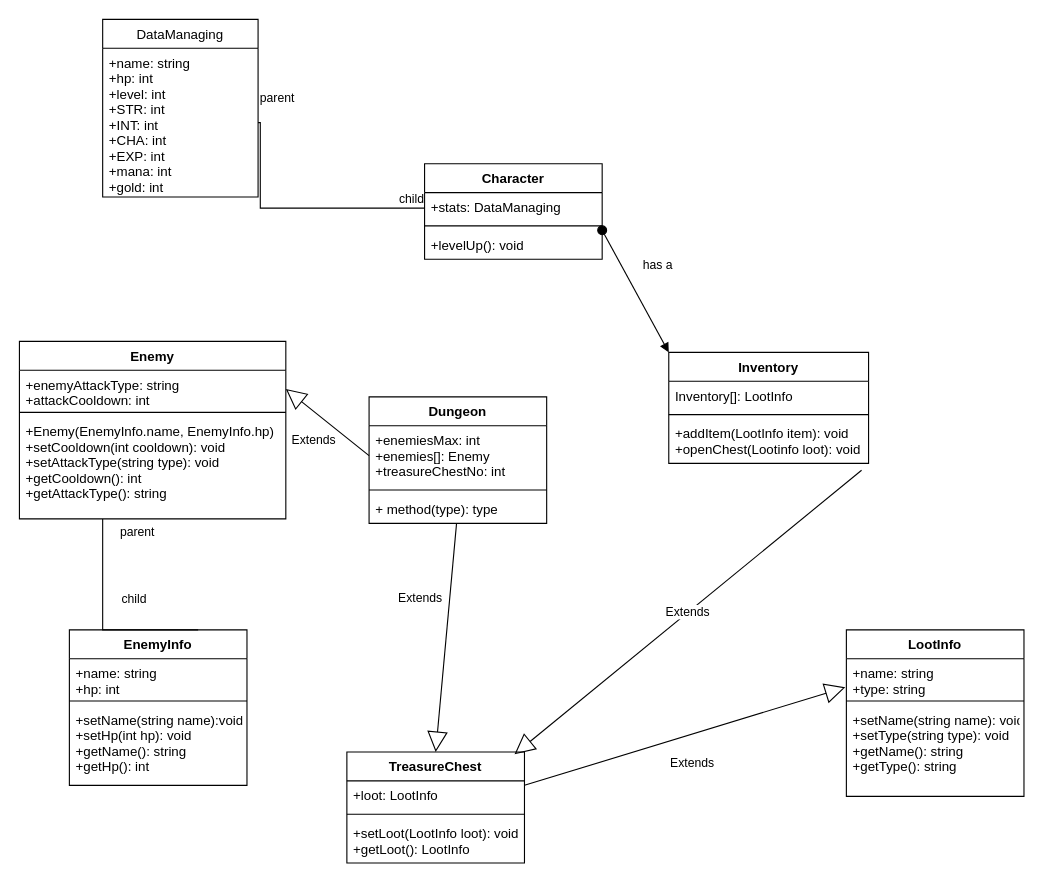
UWStout/Crosshatch-and-Slash-F21 keeps this draw.io diagram as Untitled Diagram.drawio. Above is the earlier version. Source tidied: cells renumbered, new cells numbered last; positions are measured from the earlier drawing's top-left corner, leaving out a move shared by most shapes. Both pictures are drawn from the tidied source at 111%, with x=0, y=0 at pixel (19, 19).
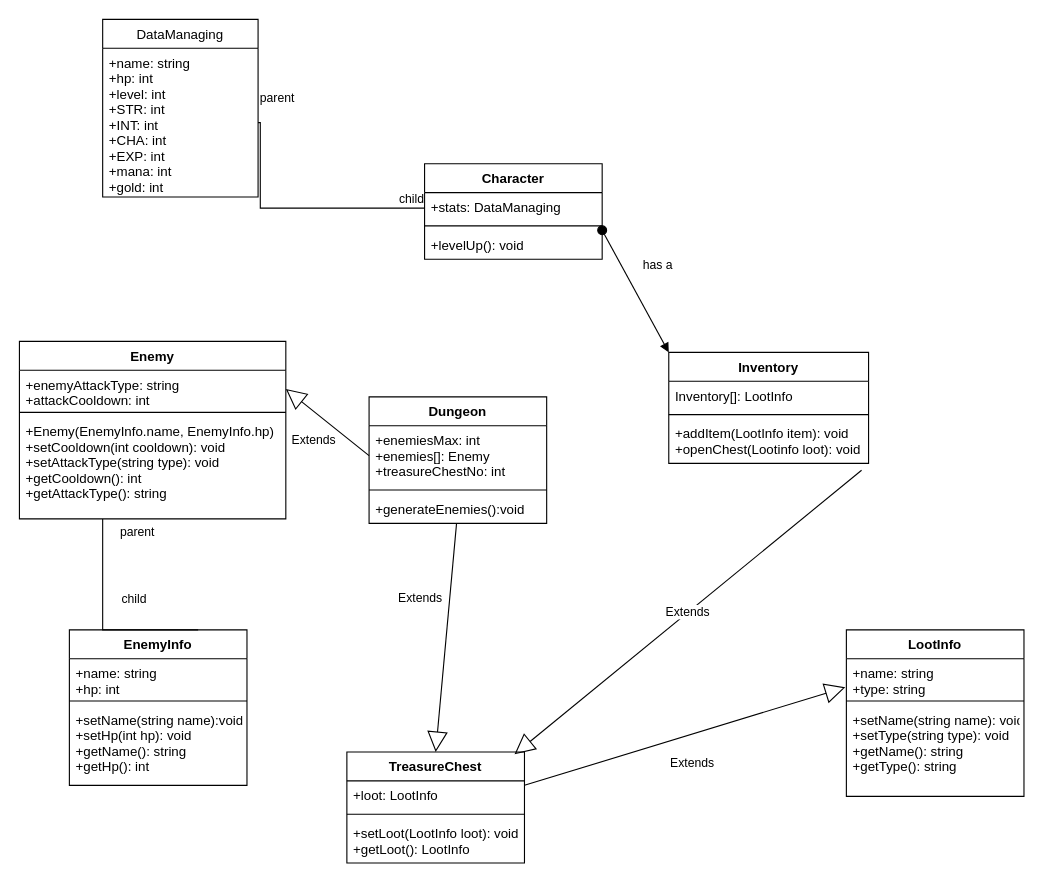
After the change.

Commit message:
Crosshatch and Slash UML Diagram

The change refers to these unchanged cells:
```xml
<mxCell id="18" value="Dungeon" style="swimlane;fontStyle=1;align=center;verticalAlign=top;horizontal=1;startSize=26;" parent="1" vertex="1">
  <mxGeometry x="315" y="340" width="160" height="114" as="geometry" />
</mxCell>
```

Change to the diagram source:
```diff
@@
-    <mxCell id="21" value="+ method(type): type" style="text;strokeColor=none;fillColor=none;align=left;verticalAlign=top;spacingLeft=4;spacingRight=4;overflow=hidden;points=[[0,0.5],[1,0.5]];portConstraint=eastwest;" parent="18" vertex="1">
+    <mxCell id="21" value="+generateEnemies():void" style="text;strokeColor=none;fillColor=none;align=left;verticalAlign=top;spacingLeft=4;spacingRight=4;overflow=hidden;points=[[0,0.5],[1,0.5]];portConstraint=eastwest;" parent="18" vertex="1">
       <mxGeometry y="88" width="160" height="26" as="geometry" />
     </mxCell>
```
